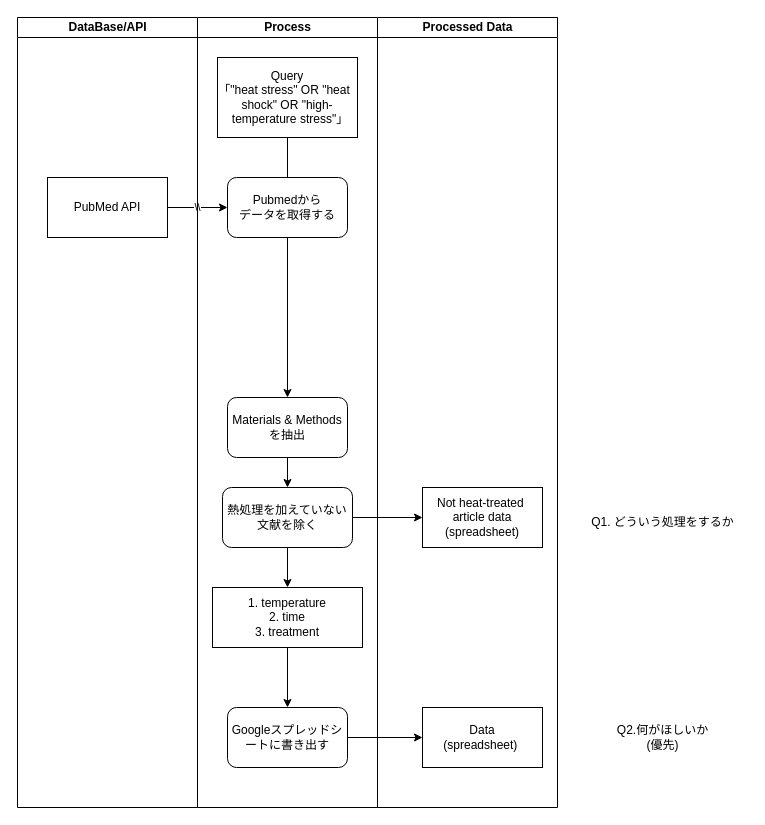
This is documents/yonezawa.drawio from dogrun-inc/research_extract, a draw.io file, before an edit. Source tidied: cells renumbered, new cells numbered last; positions are measured from the earlier drawing's top-left corner, leaving out a move shared by most shapes. Both pictures are drawn from the tidied source at 100%, with x=0, y=0 at pixel (17, 17).
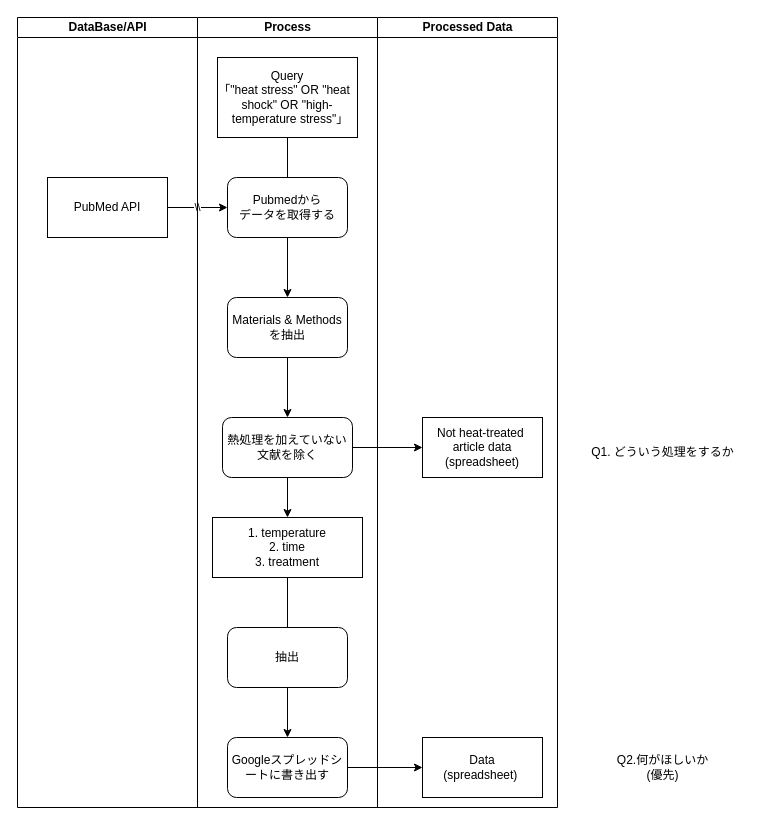
The same diagram, later.

Unchanged cells that the change refers to:
```xml
<mxCell id="6" value="Process&lt;br&gt;" style="swimlane;startSize=20;html=1;" parent="1" vertex="1">
  <mxGeometry x="180" width="180" height="790" as="geometry" />
</mxCell>
<mxCell id="18" value="Processed Data" style="swimlane;startSize=20;html=1;" parent="1" vertex="1">
  <mxGeometry x="360" width="180" height="790" as="geometry" />
</mxCell>
```

The edit, as a diff of the source:
```diff
@@
     <mxCell id="9" value="熱処理を加えていない文献を除く" style="rounded=1;whiteSpace=wrap;html=1;" parent="6" vertex="1">
-      <mxGeometry x="25" y="470" width="130" height="60" as="geometry" />
+      <mxGeometry x="25" y="400" width="130" height="60" as="geometry" />
     </mxCell>
@@
     <mxCell id="12" value="1. temperature&lt;br&gt;2. time&lt;br&gt;3. treatment" style="rounded=0;whiteSpace=wrap;html=1;" parent="6" vertex="1">
-      <mxGeometry x="15" y="570" width="150" height="60" as="geometry" />
+      <mxGeometry x="15" y="500" width="150" height="60" as="geometry" />
     </mxCell>
     <mxCell id="13" value="Materials &amp;amp; Methods&lt;br&gt;を抽出" style="rounded=1;whiteSpace=wrap;html=1;" parent="6" vertex="1">
-      <mxGeometry x="30" y="380" width="120" height="60" as="geometry" />
+      <mxGeometry x="30" y="280" width="120" height="60" as="geometry" />
     </mxCell>
@@
     <mxCell id="16" value="Googleスプレッドシートに書き出す" style="rounded=1;whiteSpace=wrap;html=1;" parent="6" vertex="1">
-      <mxGeometry x="30" y="690" width="120" height="60" as="geometry" />
+      <mxGeometry x="30" y="720" width="120" height="60" as="geometry" />
     </mxCell>
-    <mxCell id="17" style="endArrow=classic;html=1;exitX=0.5;exitY=1;exitDx=0;exitDy=0;entryX=0.5;entryY=0;entryDx=0;entryDy=0;" parent="6" edge="1" source="12" target="16">
-      <mxGeometry relative="1" as="geometry" />
-    </mxCell>
+    <mxCell id="24" style="edgeStyle=none;html=1;" parent="6" edge="1" source="25" target="16">
+      <mxGeometry relative="1" as="geometry" />
+    </mxCell>
+    <mxCell id="25" value="抽出" style="rounded=1;whiteSpace=wrap;html=1;" parent="6" vertex="1">
+      <mxGeometry x="30" y="610" width="120" height="60" as="geometry" />
+    </mxCell>
@@
     <mxCell id="19" value="Data&lt;br&gt;(spreadsheet)&amp;nbsp;" style="rounded=0;whiteSpace=wrap;html=1;" parent="18" vertex="1">
-      <mxGeometry x="45" y="690" width="120" height="60" as="geometry" />
+      <mxGeometry x="45" y="720" width="120" height="60" as="geometry" />
     </mxCell>
     <mxCell id="20" value="Not heat-treated&amp;nbsp;&lt;br&gt;article data&lt;br&gt;(spreadsheet)" style="rounded=0;whiteSpace=wrap;html=1;" parent="18" vertex="1">
-      <mxGeometry x="45" y="470" width="120" height="60" as="geometry" />
+      <mxGeometry x="45" y="400" width="120" height="60" as="geometry" />
     </mxCell>
@@
     <mxCell id="22" value="Q1. どういう処理をするか" style="text;html=1;align=center;verticalAlign=middle;strokeColor=none;fillColor=none;" parent="1" vertex="1">
-      <mxGeometry x="560" y="490" width="170" height="30" as="geometry" />
+      <mxGeometry x="560" y="420" width="170" height="30" as="geometry" />
     </mxCell>
     <mxCell id="23" value="Q2.何がほしいか&lt;br&gt;(優先)" style="text;html=1;align=center;verticalAlign=middle;strokeColor=none;fillColor=none;" parent="1" vertex="1">
-      <mxGeometry x="590" y="700" width="110" height="40" as="geometry" />
+      <mxGeometry x="590" y="730" width="110" height="40" as="geometry" />
     </mxCell>
+    <mxCell id="26" style="endArrow=none;html=1;entryX=0.5;entryY=1;entryDx=0;entryDy=0;" parent="1" edge="1" target="12">
+      <mxGeometry relative="1" as="geometry">
+        <mxPoint x="270" y="610" as="sourcePoint" />
+      </mxGeometry>
+    </mxCell>
```
